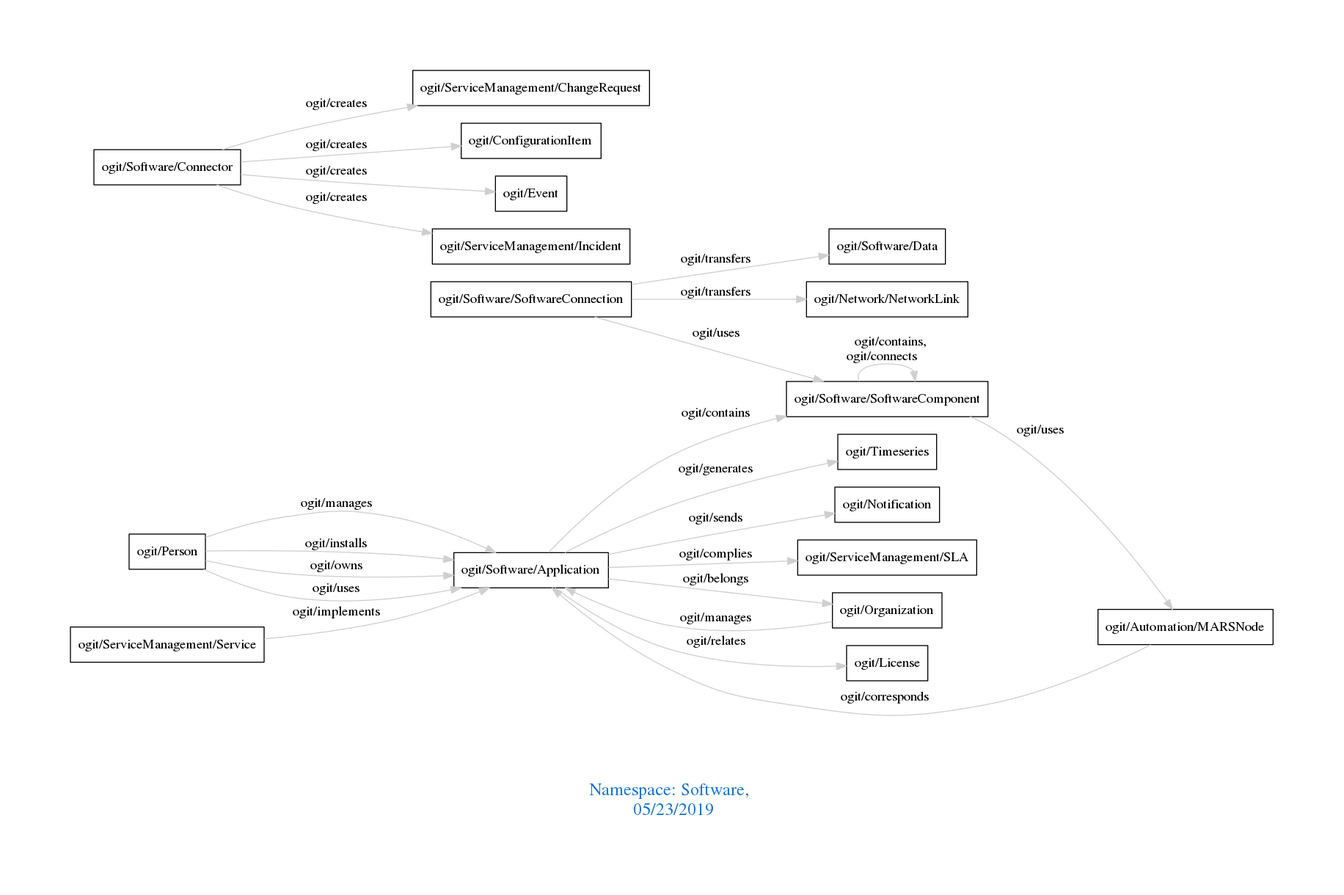
Before: downloads/Software.png, a diagram exported from Graphviz (arago/OGIT). Its source is kept beside it as downloads/Software.dot.
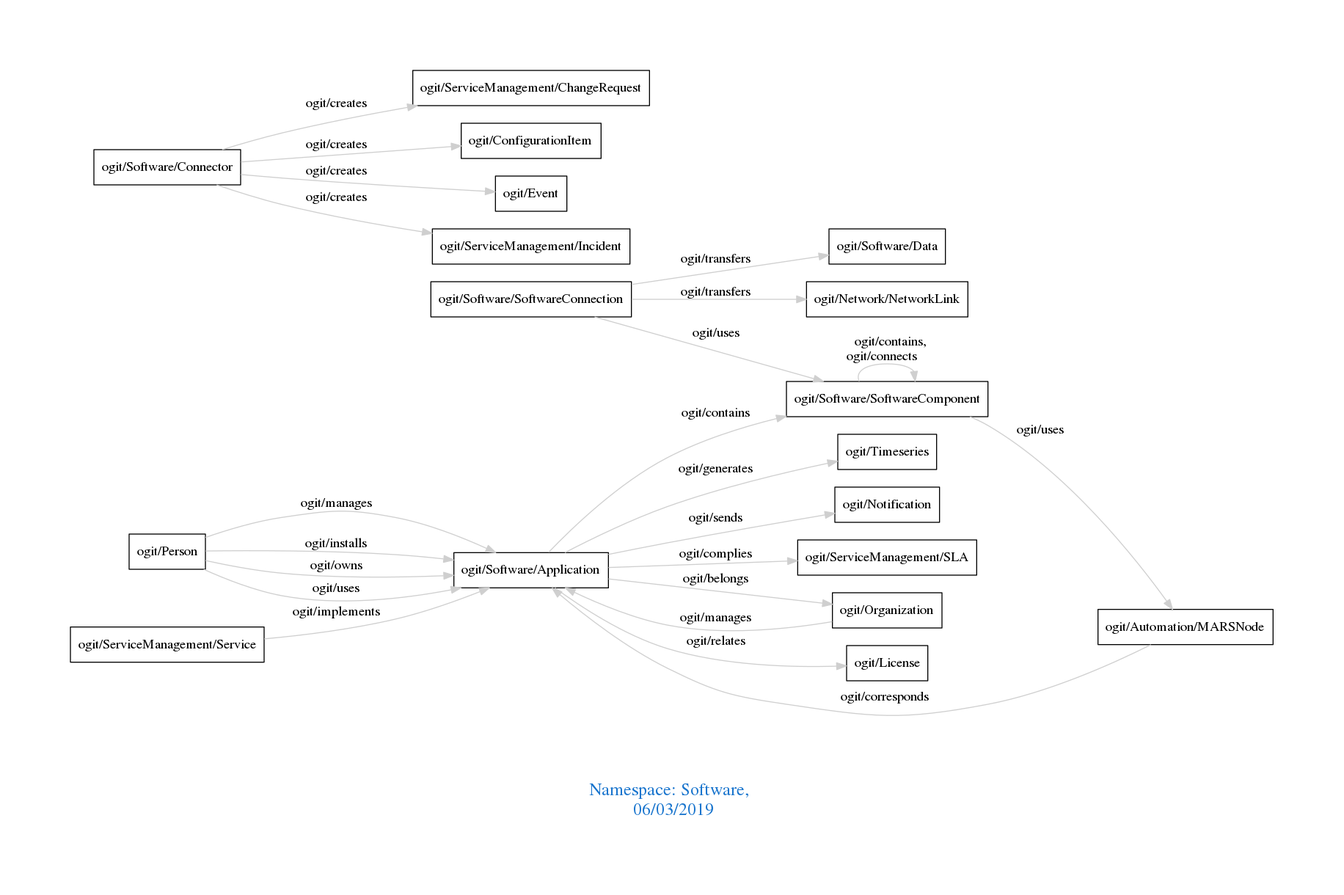
The same file after the commit.

Diff of the diagram source:
```diff
@@ -1,7 +1,7 @@
 digraph OGIT_ontology {
  graph [ rankdir= LR,pad=1
 fontsize = 18,
-fontcolor= dodgerblue3,label = "\n\n\nNamespace: Software, \n 05/23/2019"];
+fontcolor= dodgerblue3,label = "\n\n\nNamespace: Software, \n 06/03/2019"];
 node[shape=polygon];
 edge [  color="gray81"];
 
```
